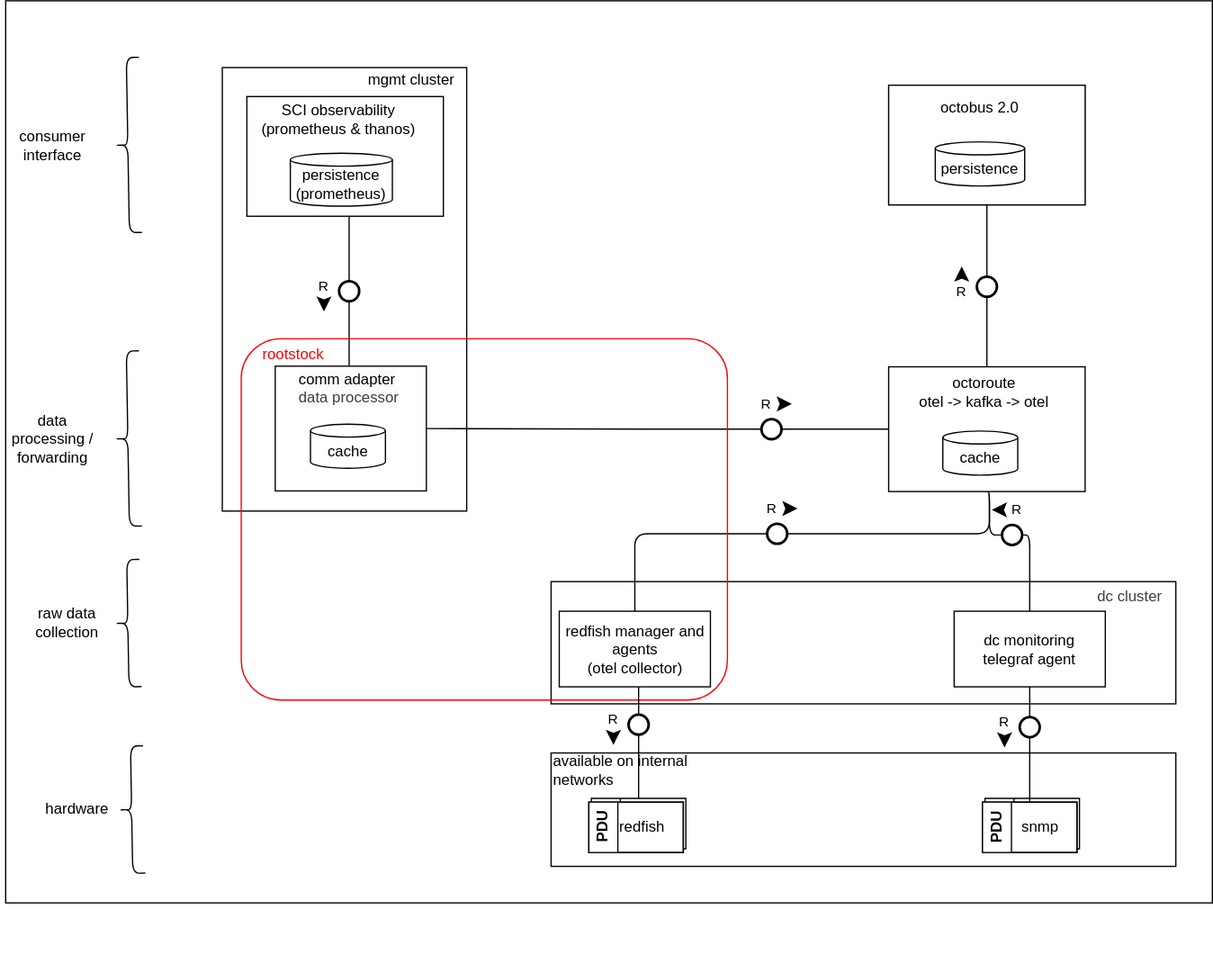
This is docs/design/rootstock_embedding.svg from cloudoperators/rootstock, a draw.io export, as it was before one commit. Source tidied: cells renumbered, new cells last; positions are measured from the earlier drawing's top-left corner, leaving out a move shared by most shapes.
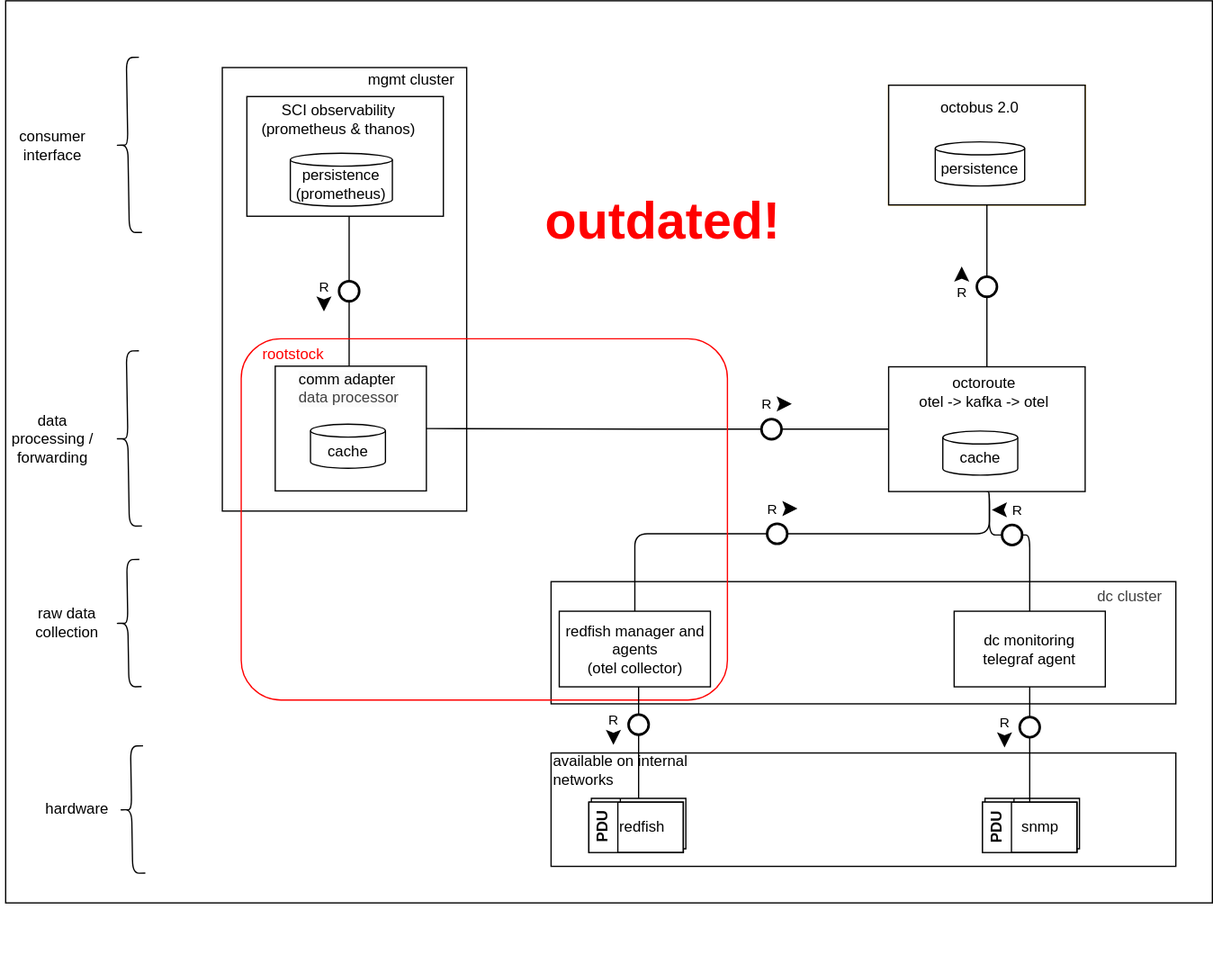
Later version of the same file.

The edit, as a diff of the source:
```diff
@@ -188,5 +188,8 @@
     <mxCell id="59" value="consumer interface" style="text;strokeColor=none;align=center;fillColor=none;html=1;verticalAlign=middle;whiteSpace=wrap;rounded=0;" parent="3" vertex="1">
       <mxGeometry y="99.5" width="83" height="30" as="geometry" />
     </mxCell>
+    <mxCell id="60" value="outdated!" style="text;html=1;whiteSpace=wrap;strokeColor=none;fillColor=none;align=center;verticalAlign=middle;rounded=0;fontColor=#FF0000;fontStyle=1;fontSize=41;" parent="3" vertex="1">
+      <mxGeometry x="499" y="150" width="54" height="50" as="geometry" />
+    </mxCell>
   </root>
 </mxGraphModel>
```
